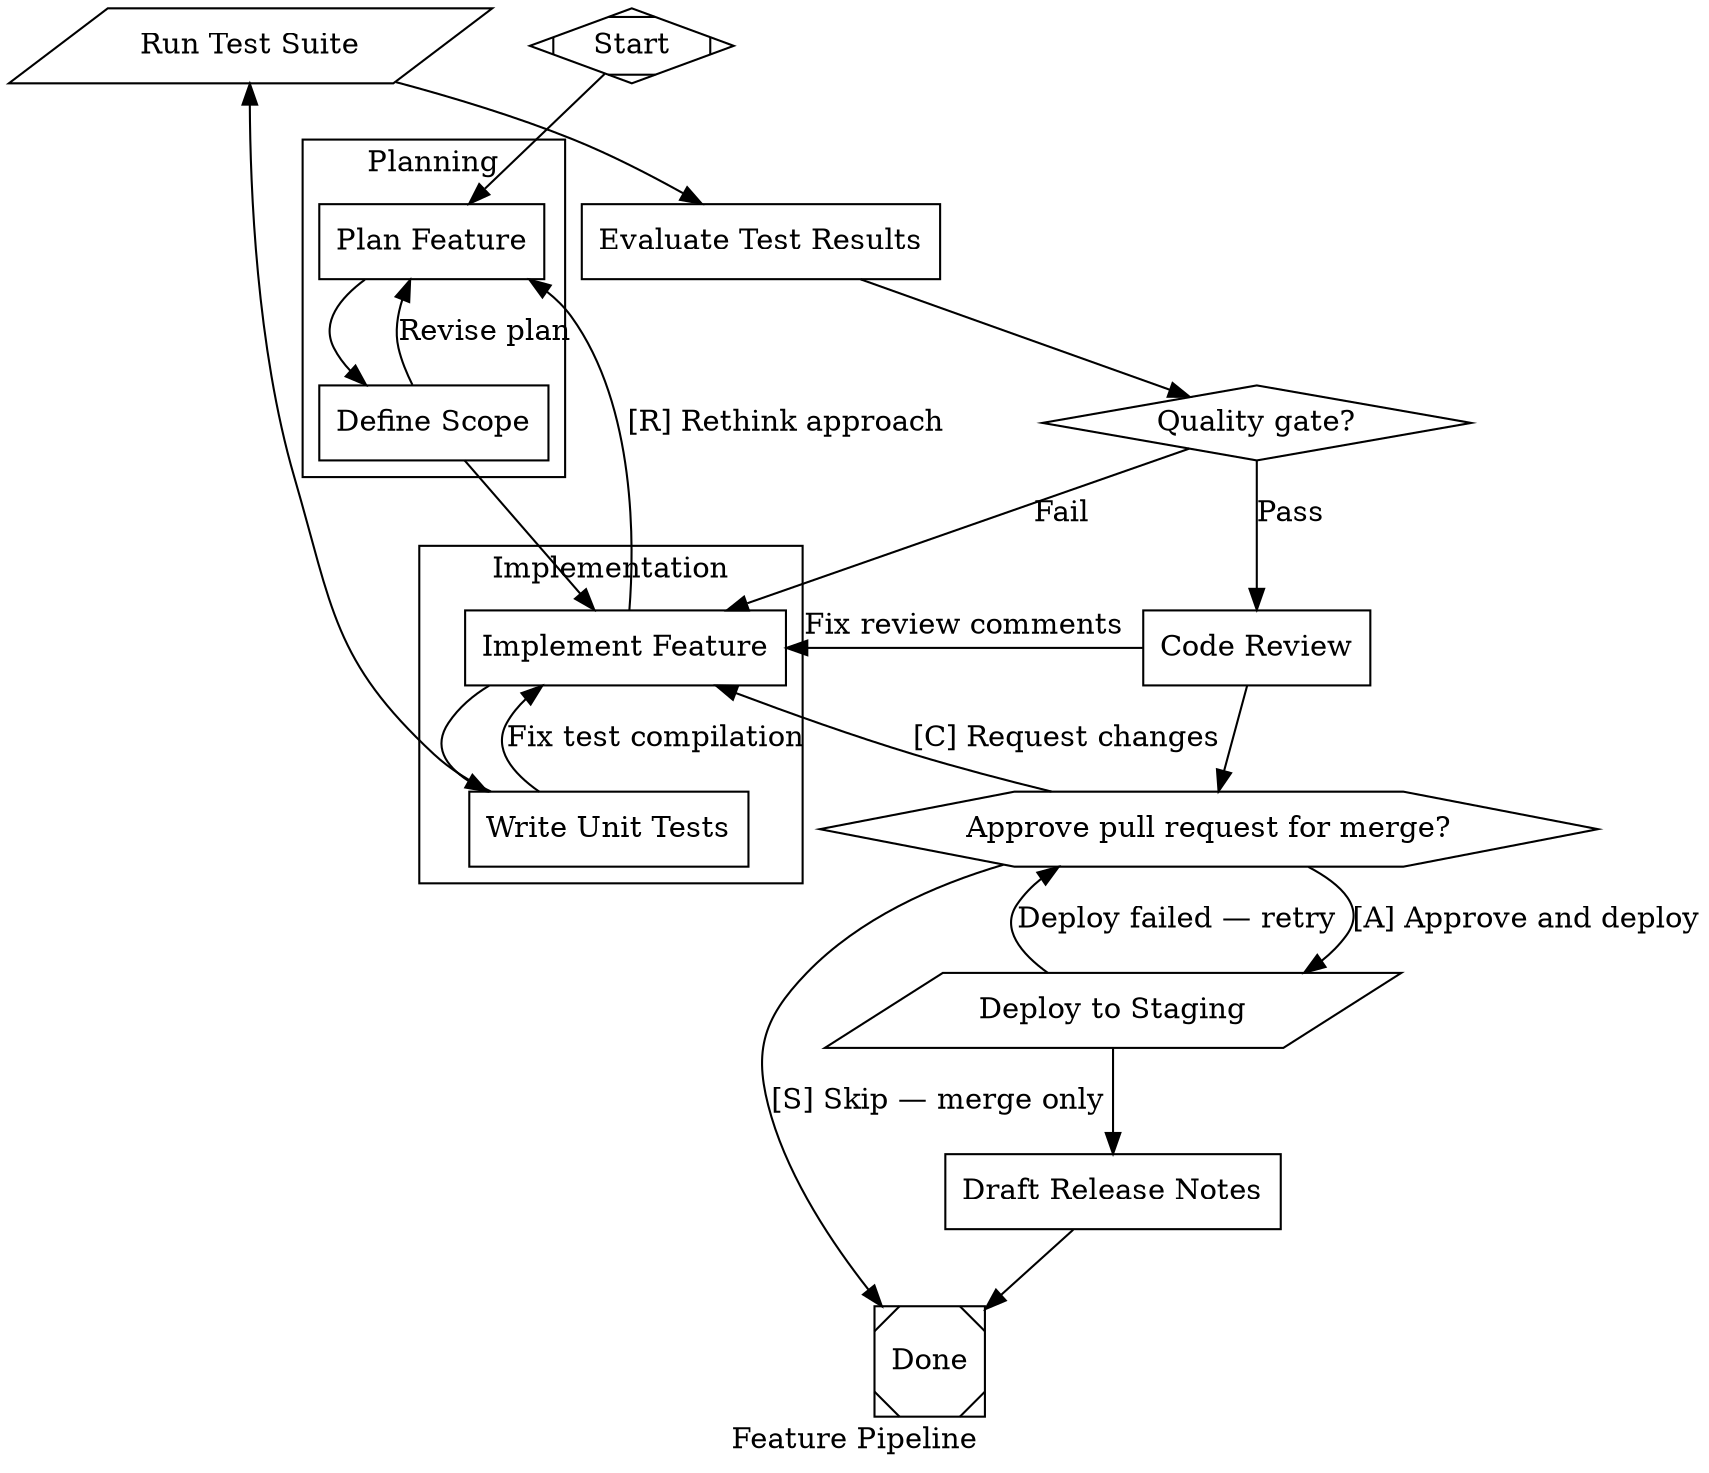
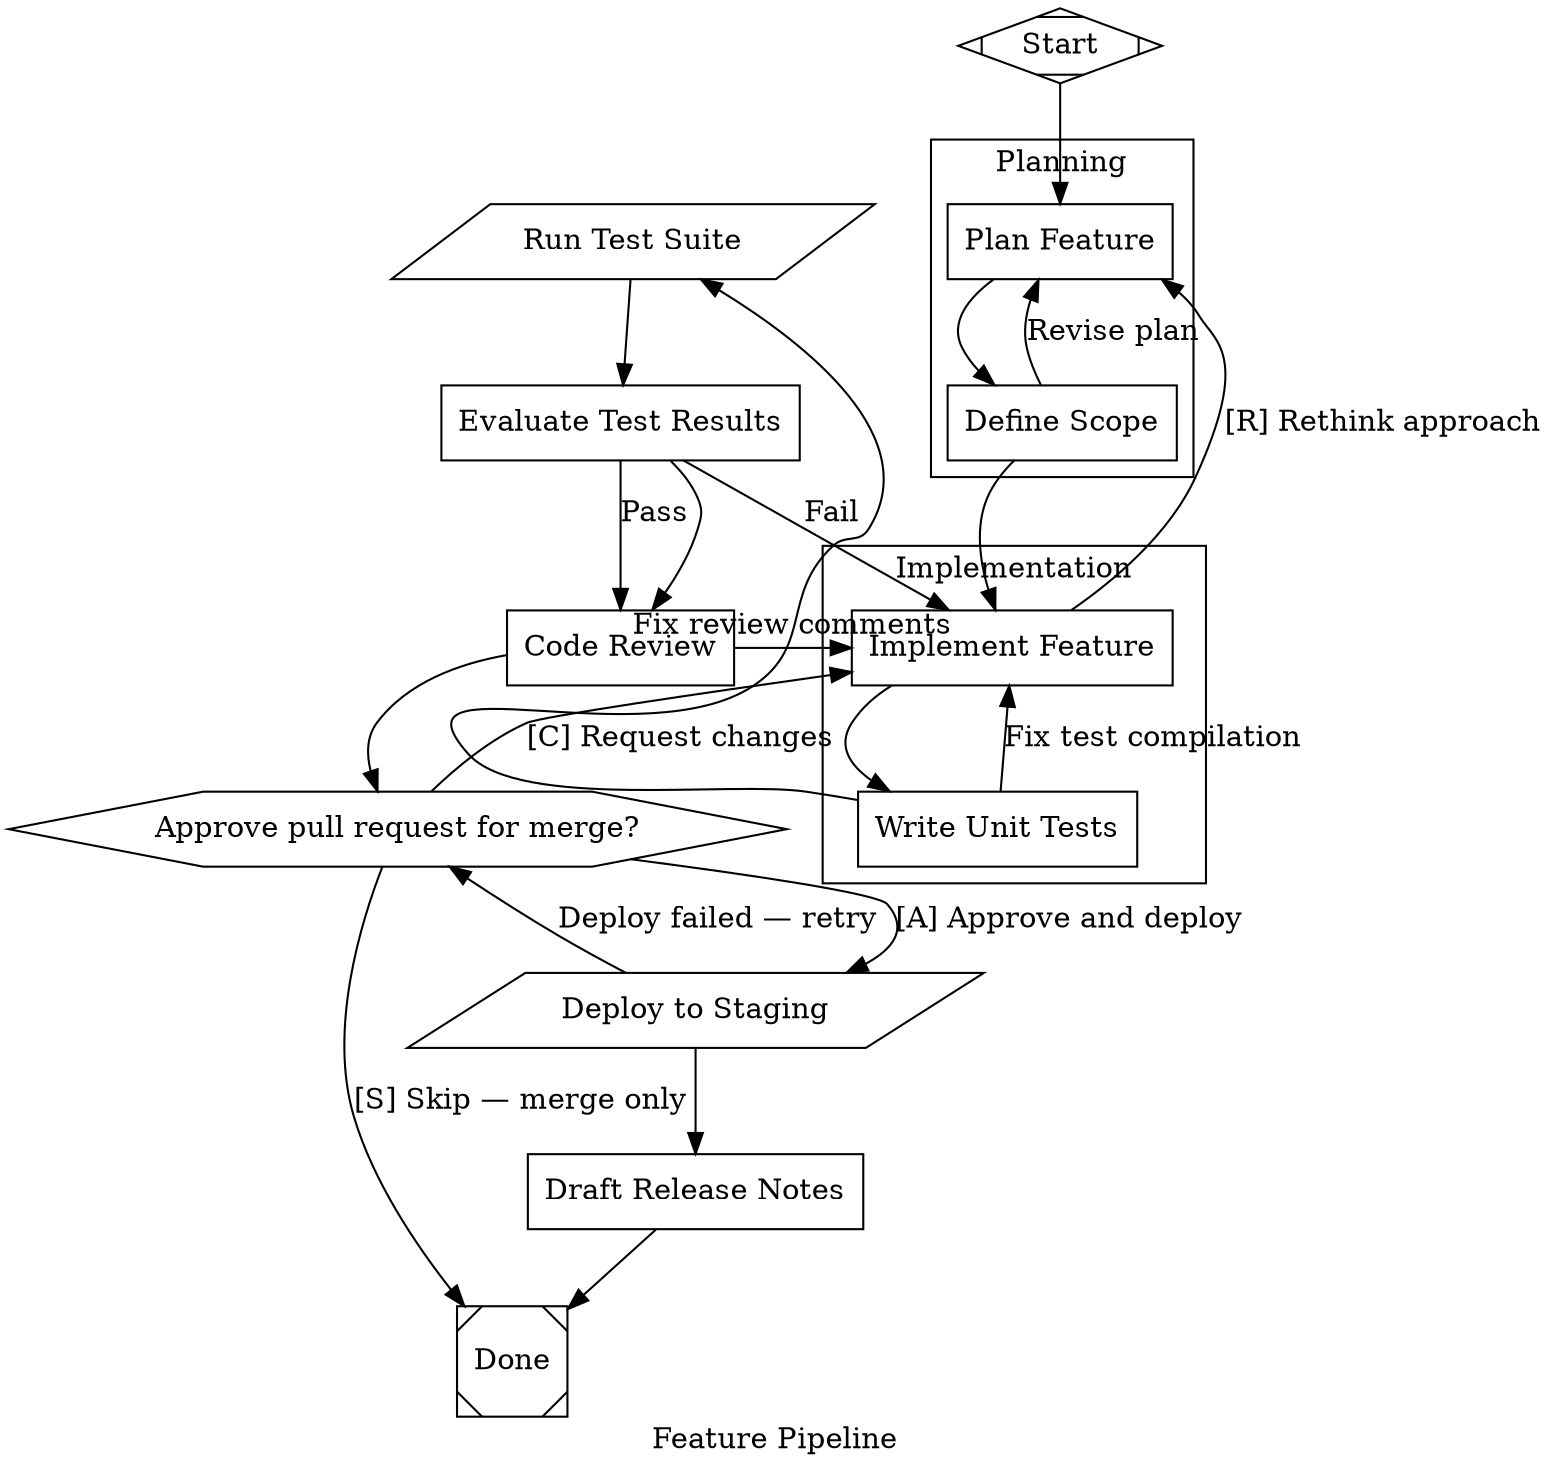
/*
 * feature-pipeline.dot — Attractor showcase example
 *
 * Demonstrates every feature implemented in Epics 1–3:
 *
 *   Epic 1 — DOT parsing & graph model
 *     graph/node/edge attributes, value types (string/int/bool/duration),
 *     chained edges, subgraph scoped defaults, class derivation from
 *     subgraph labels, node/edge default blocks, $goal variable expansion,
 *     model_stylesheet with *, .class, and #id selectors, comments.
 *
 *   Epic 2 — execution engine & core handlers
 *     start (Mdiamond), exit (Msquare), codergen (box), conditional
 *     (diamond), tool (parallelogram); goal_gate + retry_target at both
 *     graph and node level; max_retries, allow_partial, auto_status;
 *     timeout, fidelity modes (full/compact/truncate/summary:*),
 *     fidelity override on edges (highest precedence); thread_id session
 *     reuse; edge conditions (outcome=, context.*=, weight tiebreak);
 *     typed events; ArtifactStore; CLI simulation mode.
 *
 *   Epic 3 — human-in-the-loop (Interviewer pattern)
 *     wait.human handler (hexagon); [K] accelerator-key syntax on edge
 *     labels; ConsoleInterviewer, AutoApproveInterviewer, CallbackInterviewer.
 *
 * NOT shown: parallel fan-out (component) and fan-in (tripleoctagon) —
 * those are Epic 4, which is in progress.
 */

digraph FeaturePipeline {

    // ── Graph-level attributes ─────────────────────────────────────────────

    graph [
        goal             = "Implement, review, and ship a new feature",
        label            = "Feature Pipeline",

        // default_max_retries applies to every node that omits max_retries
        default_max_retries = 1,

        // default_fidelity: compact = structured bullet-point context summary
        default_fidelity = "compact",

        // graph-level retry_target: jumped to if any goal_gate fails at exit
        retry_target     = "plan",

        // model_stylesheet: CSS-like rules for LLM model/provider/effort.
        //   *         → universal (lowest specificity)
        //   .class    → class-name match (medium)
        //   #node_id  → exact node ID (highest)
        model_stylesheet = "
            * { llm_model: claude-sonnet-4-6; llm_provider: anthropic; reasoning_effort: medium; }
            .careful { llm_model: claude-opus-4-8; reasoning_effort: high; }
            .fast    { llm_model: claude-haiku-4-5; reasoning_effort: low; }
            #plan    { reasoning_effort: low; }
        "
    ]

    // Node and edge default blocks — apply to all subsequent declarations
    // in this scope; individual nodes/edges may override.
    node [shape=box, timeout="900s"]
    edge [weight=0]


    // ── Entry and exit ─────────────────────────────────────────────────────

    start [shape=Mdiamond, label="Start"]
    done  [shape=Msquare,  label="Done"]


    // ── Planning subgraph ──────────────────────────────────────────────────
    //
    // Subgraphs scope node defaults: both nodes below inherit
    // thread_id="plan-thread" and fidelity="full", so they reuse the same
    // LLM session (full = conversation history preserved).
    //
    // Class derivation: label="Planning" → class "planning" for stylesheet.
    // (Not targeted in this stylesheet, but the mechanism is live.)

    subgraph cluster_planning {
        label = "Planning"
        node [thread_id="plan-thread", fidelity="full", timeout="600s"]

        // #plan rule from stylesheet lowers reasoning_effort to low.
        // $goal is expanded at parse time via VariableExpansionTransform.
        plan [
            label       = "Plan Feature",
            prompt      = "Create a detailed step-by-step plan for: $goal",
            max_retries = 0
        ]

        // .fast class → haiku model via stylesheet (explicit class overrides
        // the subgraph-derived "planning" class for stylesheet matching).
        scope [
            label  = "Define Scope",
            prompt = "Define acceptance criteria and out-of-scope boundaries for: $goal",
            class  = "fast"
        ]
    }


    // ── Implementation subgraph ────────────────────────────────────────────
    //
    // Separate thread for implementation; nodes share "impl-thread" so
    // the LLM sees full conversation context across implement and write_tests.

    subgraph cluster_impl {
        label = "Implementation"
        node [thread_id="impl-thread", fidelity="full", timeout="1800s"]

        implement [
            label         = "Implement Feature",
            prompt        = "Implement the plan step by step for: $goal",

            // goal_gate: pipeline cannot exit until this node reaches
            // SUCCESS or PARTIAL_SUCCESS.
            goal_gate     = true,

            // max_retries=2: up to 3 total executions (1 initial + 2 retries)
            max_retries   = 2,

            // allow_partial: accept PARTIAL_SUCCESS when retries are exhausted
            allow_partial = true,

            // node-level retry_target overrides the graph-level one
            retry_target  = "plan"
        ]

        write_tests [
            label     = "Write Unit Tests",
            prompt    = "Write comprehensive unit tests for the implementation of: $goal",
            class     = "careful",    // .careful → opus model from stylesheet
            goal_gate = true
        ]
    }


    // ── Quality checks ─────────────────────────────────────────────────────

    // Tool handler (parallelogram): runs a shell command; returns
    // outcome=success on exit code 0, outcome=fail on non-zero.
    run_tests [
        shape        = parallelogram,
        label        = "Run Test Suite",
        type         = "tool",
-         tool_command = "make test",
+         tool_command = "./test_tool.sh",
        timeout      = "300s"
    ]

-     // Codergen node interprets the test run output and writes a named
-     // context key so the downstream diamond can route on a stable value
-     // rather than on the transient "outcome" key (which the ConditionalHandler
-     // overwrites with SUCCESS when it executes).
+     // Codergen node interprets the test run output and writes a named context
+     // key that downstream edges can route on.  A real LLM backend will honour
+     // the prompt and set context_updates["quality_verdict"] = "pass"/"fail".
+     // With the NoOpBackend the key is never written; the unconditional fallback
+     // edge (weight=0) below routes to code_review so the noop simulation still
+     // completes.  A separate diamond (quality_gate) is intentionally omitted:
+     // the ConditionalHandler always returns outcome=success, which overwrites
+     // the transient outcome key before any of its own edges are evaluated,
+     // making context.* routing from a downstream diamond unreachable.
    evaluate_results [
        label    = "Evaluate Test Results",
        prompt   = "Summarise test output. Set context_update quality_verdict to 'pass' or 'fail'.",
        class    = "fast",
        fidelity = "summary:medium"
    ]
- 
-     // Conditional routing node (diamond): a pass-through whose outgoing edge
-     // conditions check context values written by the preceding codergen node.
-     quality_gate [shape=diamond, label="Quality gate?"]

    // Code review — .careful class → claude-opus via stylesheet;
    // fidelity="summary:high" gives the reviewer rich context (~3000 tokens).
    // retry_target overrides the graph-level setting for this node only.
    code_review [
        label        = "Code Review",
        class        = "careful",
        prompt       = "Review the implementation for correctness, security, and quality: $goal",
        goal_gate    = true,
        fidelity     = "summary:high",
        retry_target = "implement"
    ]


    // ── Human approval gate ────────────────────────────────────────────────
    //
    // WaitForHumanHandler blocks until an Interviewer (Console/Callback/Auto)
    // returns a selection.  Edge labels use [K] accelerator-key syntax;
    // ConsoleInterviewer presents the key in brackets for one-keystroke input.

    approval [
        shape = hexagon,
        label = "Approve pull request for merge?",
        type  = "wait.human"
    ]


    // ── Deployment and wrap-up ─────────────────────────────────────────────

    deploy [
        shape        = parallelogram,
        label        = "Deploy to Staging",
        type         = "tool",
-         tool_command = "make deploy-staging",
+         tool_command = "deploy_tool.sh",
        timeout      = "600s"
    ]

    // auto_status=true: if the handler writes no status.json the engine
    // synthesises {"outcome":"success"} automatically so the pipeline continues.
    announce [
        label       = "Draft Release Notes",
        class       = "fast",
        prompt      = "Write concise release notes for: $goal",
        auto_status = true
    ]


    // ── Edges ──────────────────────────────────────────────────────────────

    // Chained edge: A -> B -> C expands to A->B and B->C; attributes apply
    // to every hop.  Here both edges are unconditional (weight=0, no label).
    start -> plan -> scope

    // Edge-level fidelity override has the highest precedence in fidelity
    // resolution (beats node attribute, subgraph default, graph default).
    scope -> implement [condition="outcome=success", fidelity="compact"]
    scope -> plan      [condition="outcome=fail", label="Revise plan", weight=1]

    implement -> write_tests [condition="outcome=success"]
    implement -> plan        [condition="outcome=fail", label="[R] Rethink approach"]

    // Chained: write_tests -> run_tests -> evaluate_results
    write_tests -> run_tests -> evaluate_results [condition="outcome=success"]
    write_tests -> implement [condition="outcome=fail", label="Fix test compilation"]

-     evaluate_results -> quality_gate
- 
-     // Diamond routing on context.quality_verdict written by evaluate_results.
-     // weight= ensures a deterministic winner if the LLM returns an unexpected value.
-     quality_gate -> code_review [label="Pass", condition="context.quality_verdict=pass", weight=2]
-     quality_gate -> implement   [label="Fail", condition="context.quality_verdict=fail", weight=1]
+     // Route directly from evaluate_results on the context key it writes.
+     // weight= ensures a deterministic winner if the LLM writes an unexpected value.
+     // The unconditional fallback (weight=0) fires when quality_verdict is absent
+     // (noop backend), routing the simulation through the happy path.
+     evaluate_results -> code_review [label="Pass", condition="context.quality_verdict=pass", weight=2]
+     evaluate_results -> implement   [label="Fail", condition="context.quality_verdict=fail", weight=1]
+     evaluate_results -> code_review [weight=0]

    code_review -> approval  [condition="outcome=success"]
    code_review -> implement [condition="outcome=fail", label="Fix review comments"]

    // Human gate: three choices with [K] accelerator keys.
    // WaitForHumanHandler returns suggested_next_ids = [selected edge target].
    // Edge selection Step 3 (suggested_next_ids) then picks the right edge.
    approval -> deploy    [label="[A] Approve and deploy"]
    approval -> implement [label="[C] Request changes"]
    approval -> done      [label="[S] Skip — merge only"]

    deploy -> announce [condition="outcome=success", weight=2]
    deploy -> approval [condition="outcome=fail",    label="Deploy failed — retry"]

    announce -> done
}
